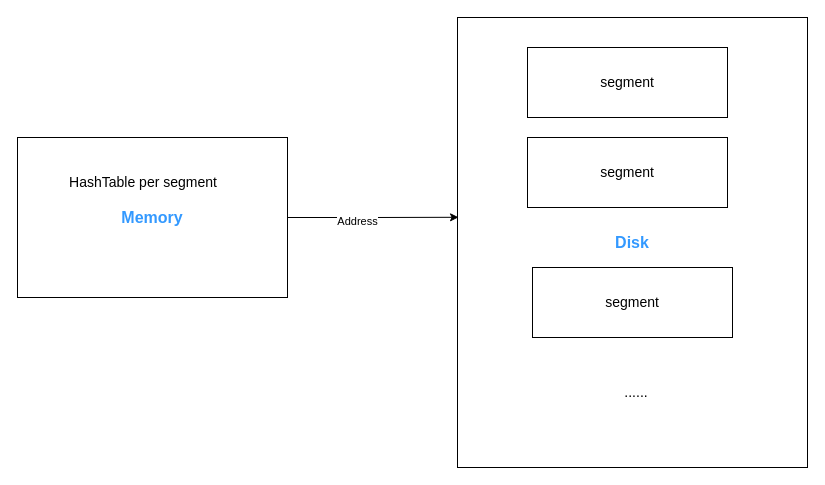
The draw.io diagram drawioImage/SSTable.drawio in NinaPeng-developer/ImageStorage, before the edit. Source tidied: cells renumbered, new cells numbered last; positions are measured from the earlier drawing's top-left corner, leaving out a move shared by most shapes. Both pictures are drawn from the tidied source at 100%, with x=0, y=0 at pixel (17, 17).
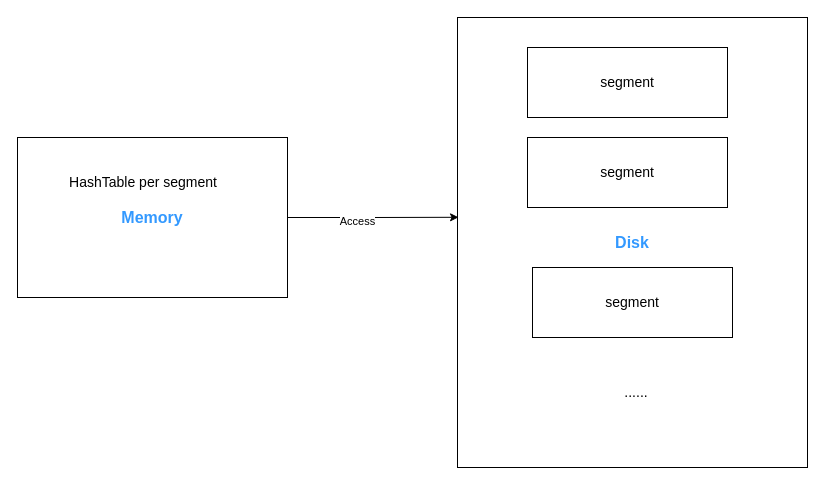
Above is the later version.

What changed in the source:
```diff
@@
 <mxGraphModel>
   <root>
     <mxCell id="0" />
     <mxCell id="1" parent="0" />
     <mxCell id="2" value="&lt;font color=&quot;#3399ff&quot; style=&quot;font-size: 16px;&quot;&gt;&lt;b&gt;Memory&lt;/b&gt;&lt;/font&gt;" style="rounded=0;whiteSpace=wrap;html=1;" parent="1" vertex="1">
       <mxGeometry y="120" width="270" height="160" as="geometry" />
     </mxCell>
     <mxCell id="3" value="&lt;font style=&quot;font-size: 14px;&quot;&gt;HashTable per segment&lt;/font&gt;" style="text;html=1;strokeColor=none;fillColor=none;align=center;verticalAlign=middle;whiteSpace=wrap;rounded=0;" parent="1" vertex="1">
       <mxGeometry x="30" y="140" width="192.4" height="50" as="geometry" />
     </mxCell>
     <mxCell id="4" value="&lt;font color=&quot;#3399ff&quot; style=&quot;font-size: 16px;&quot;&gt;&lt;b&gt;Disk&lt;/b&gt;&lt;/font&gt;" style="rounded=0;whiteSpace=wrap;html=1;" parent="1" vertex="1">
       <mxGeometry x="440" width="350" height="450" as="geometry" />
     </mxCell>
     <mxCell id="5" value="&lt;font style=&quot;font-size: 14px;&quot;&gt;segment&lt;/font&gt;" style="rounded=0;whiteSpace=wrap;html=1;" parent="1" vertex="1">
       <mxGeometry x="510" y="30" width="200" height="70" as="geometry" />
     </mxCell>
     <mxCell id="6" value="&lt;font style=&quot;font-size: 14px;&quot;&gt;segment&lt;/font&gt;" style="rounded=0;whiteSpace=wrap;html=1;" parent="1" vertex="1">
       <mxGeometry x="510" y="120" width="200" height="70" as="geometry" />
     </mxCell>
     <mxCell id="7" value="&lt;font style=&quot;font-size: 14px;&quot;&gt;segment&lt;/font&gt;" style="rounded=0;whiteSpace=wrap;html=1;" parent="1" vertex="1">
       <mxGeometry x="515" y="250" width="200" height="70" as="geometry" />
     </mxCell>
     <mxCell id="8" value="&lt;span style=&quot;font-size: 14px;&quot;&gt;......&lt;/span&gt;" style="text;html=1;strokeColor=none;fillColor=none;align=center;verticalAlign=middle;whiteSpace=wrap;rounded=0;" parent="1" vertex="1">
       <mxGeometry x="522.6" y="350" width="192.4" height="50" as="geometry" />
     </mxCell>
     <mxCell id="9" style="edgeStyle=orthogonalEdgeStyle;rounded=0;jettySize=auto;html=1;entryX=0.003;entryY=0.444;entryDx=0;entryDy=0;entryPerimeter=0;" parent="1" edge="1" source="2" target="4">
       <mxGeometry relative="1" as="geometry" />
     </mxCell>
-    <mxCell id="10" value="Address" style="edgeLabel;html=1;align=center;verticalAlign=middle;" parent="9" vertex="1">
+    <mxCell id="10" value="Access" style="edgeLabel;html=1;align=center;verticalAlign=middle;" parent="9" vertex="1">
       <mxGeometry x="-0.19" y="-3" relative="1" as="geometry" />
     </mxCell>
   </root>
 </mxGraphModel>
```
